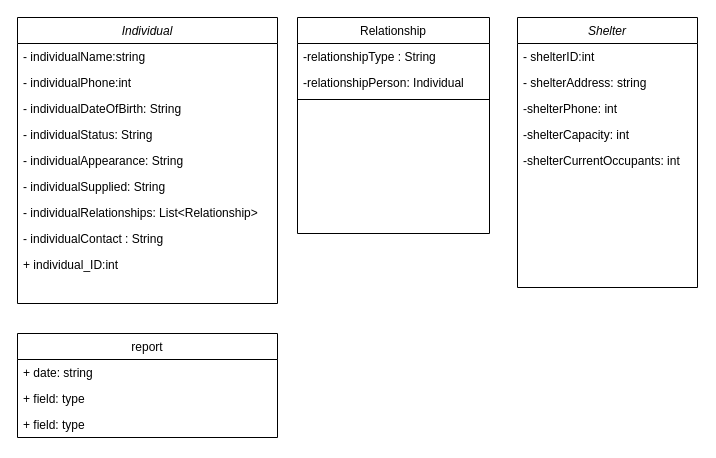
LittleMercyEh/ensf380 keeps this draw.io diagram as Untitled Diagram.drawio. Above is the earlier version. Source tidied: cells renumbered, new cells numbered last; positions are measured from the earlier drawing's top-left corner, leaving out a move shared by most shapes. Both pictures are drawn from the tidied source at 100%, with x=0, y=0 at pixel (17, 17).
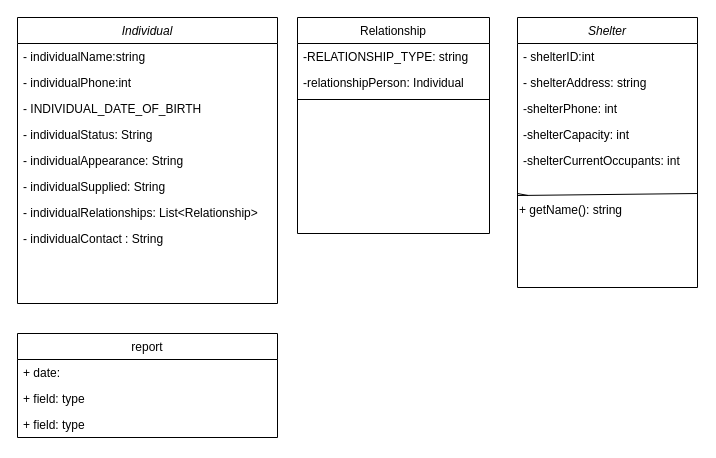
The same page after the edit.

The change refers to these unchanged cells:
```xml
<mxCell id="2" value="Individual" style="swimlane;fontStyle=2;align=center;verticalAlign=top;horizontal=1;startSize=26;rounded=0;shadow=0;strokeWidth=1;" parent="1" vertex="1">
  <mxGeometry width="260" height="286" as="geometry" />
</mxCell>
<mxCell id="12" value="Relationship" style="swimlane;fontStyle=0;align=center;verticalAlign=top;horizontal=1;startSize=26;rounded=0;shadow=0;strokeWidth=1;" parent="1" vertex="1">
  <mxGeometry x="280" width="192" height="216" as="geometry" />
</mxCell>
<mxCell id="22" value="report" style="swimlane;fontStyle=0;horizontal=1;startSize=26;fillColor=none;" parent="1" vertex="1">
  <mxGeometry y="316" width="260" height="104" as="geometry" />
</mxCell>
```

Diff of the diagram source:
```diff
@@
-    <mxCell id="5" value="- individualDateOfBirth: String" style="text;align=left;verticalAlign=top;spacingLeft=4;spacingRight=4;overflow=hidden;rounded=0;shadow=0;html=0;" parent="2" vertex="1">
+    <mxCell id="5" value="- INDIVIDUAL_DATE_OF_BIRTH" style="text;align=left;verticalAlign=top;spacingLeft=4;spacingRight=4;overflow=hidden;rounded=0;shadow=0;html=0;" parent="2" vertex="1">
       <mxGeometry y="78" width="260" height="26" as="geometry" />
     </mxCell>
@@
-    <mxCell id="10" value="- individualContact : String" style="text;align=left;verticalAlign=top;spacingLeft=4;spacingRight=4;overflow=hidden;rounded=0;shadow=0;html=0;" parent="2" vertex="1">
-      <mxGeometry y="208" width="260" height="26" as="geometry" />
-    </mxCell>
-    <mxCell id="11" value="+ individual_ID:int" style="text;align=left;verticalAlign=top;spacingLeft=4;spacingRight=4;overflow=hidden;rounded=0;shadow=0;html=0;" parent="2" vertex="1">
-      <mxGeometry y="234" width="260" height="26" as="geometry" />
+    <mxCell id="11" value="- individualContact : String" style="text;align=left;verticalAlign=top;spacingLeft=4;spacingRight=4;overflow=hidden;rounded=0;shadow=0;html=0;" parent="2" vertex="1">
+      <mxGeometry y="208" width="260" height="26" as="geometry" />
     </mxCell>
@@
-    <mxCell id="13" value="-relationshipType : String" style="text;align=left;verticalAlign=top;spacingLeft=4;spacingRight=4;overflow=hidden;" parent="12" vertex="1">
+    <mxCell id="13" value="-RELATIONSHIP_TYPE: string" style="text;align=left;verticalAlign=top;spacingLeft=4;spacingRight=4;overflow=hidden;fontStyle=0;" parent="12" vertex="1">
       <mxGeometry y="26" width="192" height="26" as="geometry" />
     </mxCell>
@@
-    <mxCell id="23" value="+ date: string" style="text;strokeColor=none;fillColor=none;align=left;verticalAlign=top;spacingLeft=4;spacingRight=4;overflow=hidden;" parent="22" vertex="1">
+    <mxCell id="23" value="+ date: " style="text;strokeColor=none;fillColor=none;align=left;verticalAlign=top;spacingLeft=4;spacingRight=4;overflow=hidden;" parent="22" vertex="1">
       <mxGeometry y="26" width="260" height="26" as="geometry" />
     </mxCell>
@@
+    <mxCell id="26" style="endArrow=none;html=1;startArrow=none;exitX=0;exitY=0;exitDx=0;exitDy=0;" parent="1" edge="1" source="27">
+      <mxGeometry relative="1" as="geometry">
+        <mxPoint x="680" y="176" as="targetPoint" />
+      </mxGeometry>
+    </mxCell>
+    <mxCell id="10" style="endArrow=none;html=1;" parent="1" edge="1" target="27">
+      <mxGeometry relative="1" as="geometry">
+        <mxPoint x="500" y="176" as="sourcePoint" />
+      </mxGeometry>
+    </mxCell>
+    <mxCell id="27" value="+ getName(): string" style="text;html=1;strokeColor=none;fillColor=none;align=left;verticalAlign=middle;whiteSpace=wrap;rounded=0;" parent="1" vertex="1">
+      <mxGeometry x="500" y="178" width="180" height="30" as="geometry" />
+    </mxCell>
```
